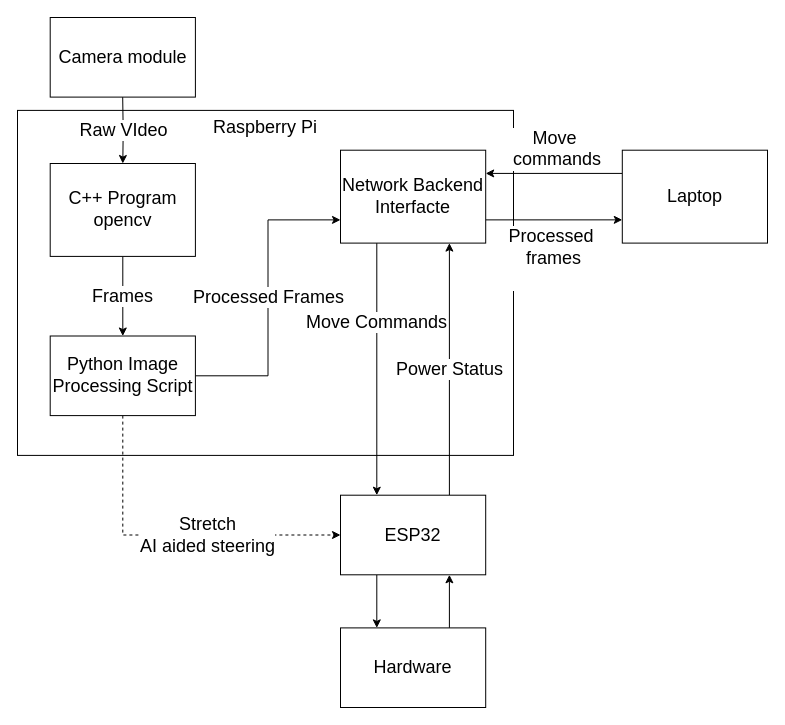
Earlier version of the draw.io diagram computerVision/diagrams/imageproc.drawio (mxwlc/ee2project-2024-robot-power). Source tidied: cells renumbered, new cells numbered last; positions are measured from the earlier drawing's top-left corner, leaving out a move shared by most shapes. Both pictures are drawn from the tidied source at 100%, with x=0, y=0 at pixel (17, 17).
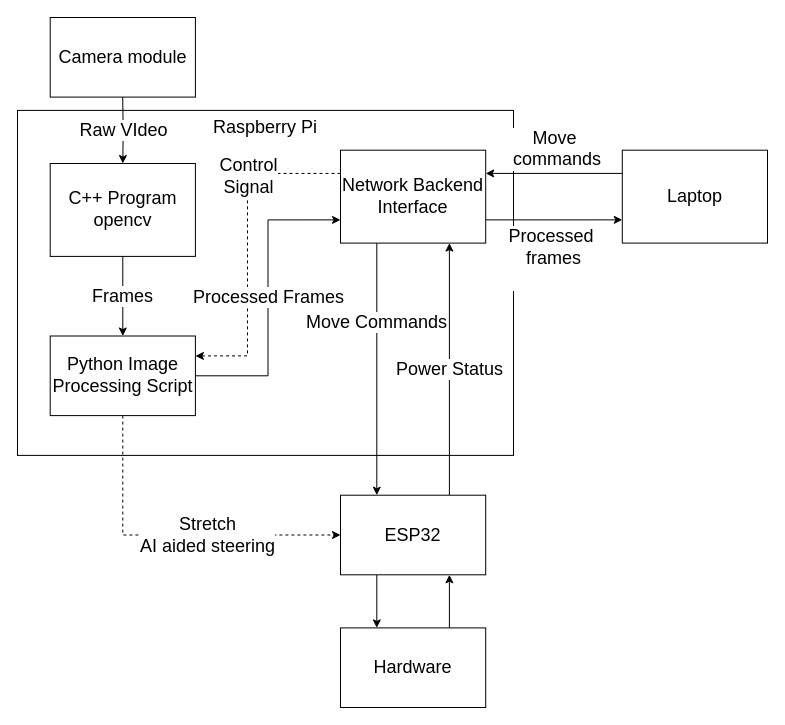
The same page after the edit.

Unchanged cells that the change refers to:
```xml
<mxCell id="17" value="Python Image&lt;div style=&quot;font-size: 18px;&quot;&gt;Processing Script&lt;/div&gt;" style="whiteSpace=wrap;html=1;fontSize=18;verticalAlign=middle;" parent="1" vertex="1">
  <mxGeometry x="32.7" y="318.5" width="145.2" height="79.6" as="geometry" />
</mxCell>
```

What changed in the source:
```diff
@@
+    <mxCell id="20" style="edgeStyle=orthogonalEdgeStyle;rounded=0;jettySize=auto;html=1;exitX=0;exitY=0.25;exitDx=0;exitDy=0;entryX=1;entryY=0.25;entryDx=0;entryDy=0;dashed=1;" parent="1" edge="1" source="14" target="17">
+      <mxGeometry relative="1" as="geometry">
+        <Array as="points">
+          <mxPoint x="230" y="156" />
+          <mxPoint x="230" y="338" />
+        </Array>
+      </mxGeometry>
+    </mxCell>
+    <mxCell id="21" value="&lt;span style=&quot;font-size: 18px;&quot;&gt;Control&lt;/span&gt;&lt;div&gt;&lt;span style=&quot;font-size: 18px;&quot;&gt;Signal&lt;/span&gt;&lt;/div&gt;" style="edgeLabel;html=1;align=center;verticalAlign=middle;" parent="20" vertex="1">
+      <mxGeometry x="-0.07" y="-3" relative="1" as="geometry">
+        <mxPoint x="3" y="-56" as="offset" />
+      </mxGeometry>
+    </mxCell>
-    <mxCell id="14" value="Network Backend Interfacte" style="whiteSpace=wrap;html=1;fontSize=18;verticalAlign=middle;" parent="1" vertex="1">
+    <mxCell id="14" value="Network Backend Interface" style="whiteSpace=wrap;html=1;fontSize=18;verticalAlign=middle;" parent="1" vertex="1">
       <mxGeometry x="323" y="132.7" width="145.2" height="92.9" as="geometry" />
     </mxCell>
```
